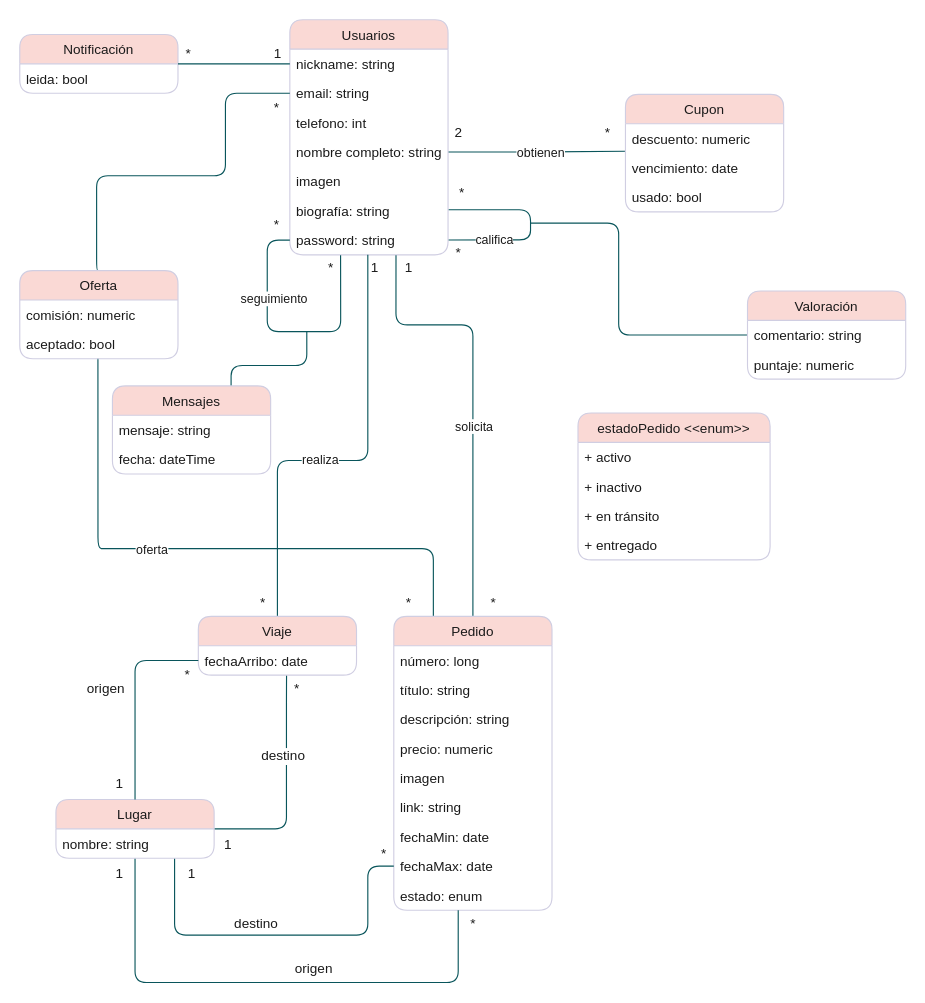
Above: Analisis.drawio in CintiaLeal/TallerPHP (draw.io), before the change. Source tidied: cells renumbered, new cells numbered last; positions are measured from the earlier drawing's top-left corner, leaving out a move shared by most shapes. Both pictures are drawn from the tidied source at 113%, with x=0, y=0 at pixel (19, 19).
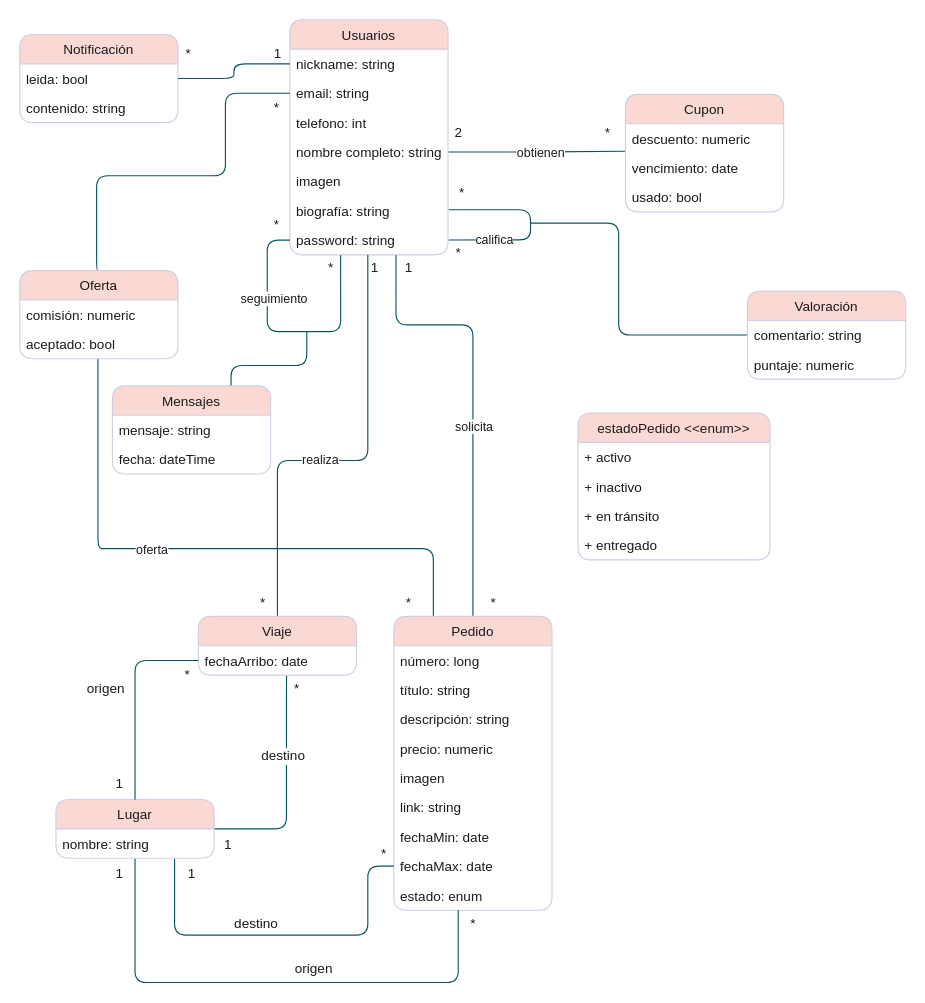
The same diagram, later.

Commit message:
pequeña corrección en el modelo de dominio

The edit, as a diff of the source:
```diff
@@
     <mxCell id="46" value="Notificación" style="swimlane;fontStyle=0;horizontal=1;startSize=26;fillColor=#FAD9D5;fontColor=#1A1A1A;rounded=1;strokeColor=#D0CEE2;" parent="1" vertex="1">
-      <mxGeometry y="13" width="140" height="52" as="geometry" />
+      <mxGeometry y="13" width="140" height="78" as="geometry" />
     </mxCell>
+    <mxCell id="90" value="leida: bool" style="text;strokeColor=none;fillColor=none;align=left;verticalAlign=top;spacingLeft=4;spacingRight=4;overflow=hidden;fontColor=#1A1A1A;rounded=1;" parent="46" vertex="1">
+      <mxGeometry y="26" width="140" height="26" as="geometry" />
+    </mxCell>
-    <mxCell id="47" value="leida: bool" style="text;strokeColor=none;fillColor=none;align=left;verticalAlign=top;spacingLeft=4;spacingRight=4;overflow=hidden;fontColor=#1A1A1A;rounded=1;" parent="46" vertex="1">
-      <mxGeometry y="26" width="140" height="26" as="geometry" />
+    <mxCell id="47" value="contenido: string" style="text;strokeColor=none;fillColor=none;align=left;verticalAlign=top;spacingLeft=4;spacingRight=4;overflow=hidden;fontColor=#1A1A1A;rounded=1;" parent="46" vertex="1">
+      <mxGeometry y="52" width="140" height="26" as="geometry" />
     </mxCell>
```
